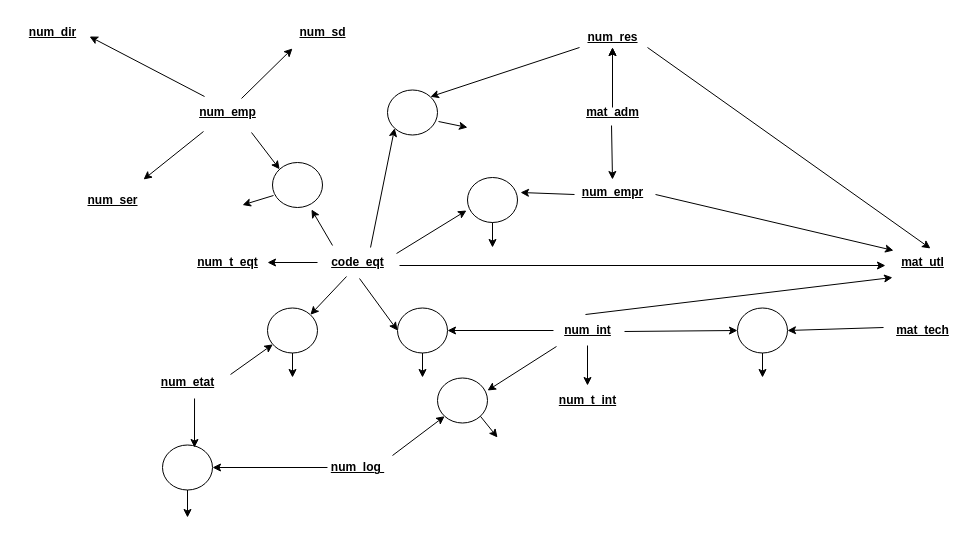
Above: SAT.drawio in Tostenn/gestion-parc-info (draw.io), before the change. Source tidied: cells renumbered, new cells numbered last; positions are measured from the earlier drawing's top-left corner, leaving out a move shared by most shapes. Both pictures are drawn from the tidied source at 100%, with x=0, y=0 at pixel (17, 17).
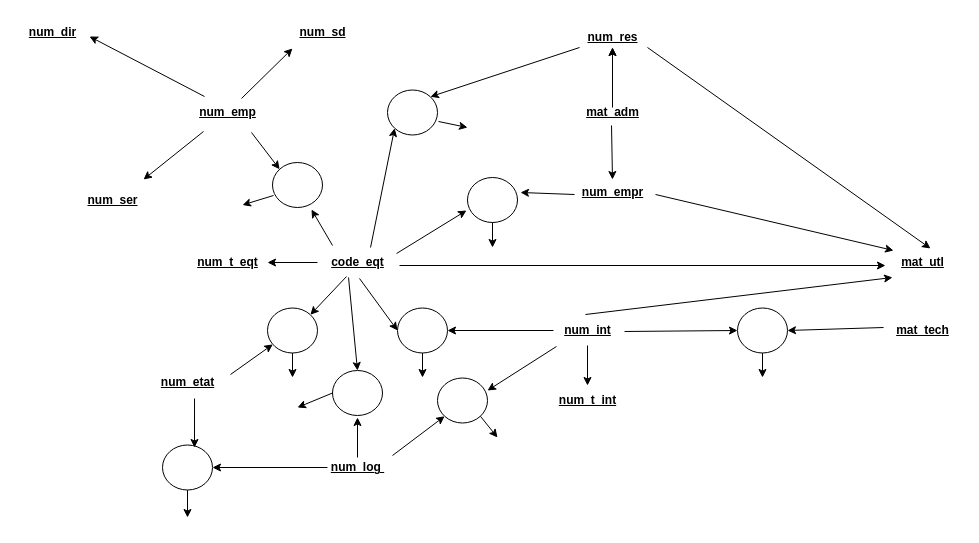
The same diagram, later.

Commit message:
Mettre à jour SAT.drawio

Unchanged cells that the change refers to:
```xml
<mxCell id="7" value="code_eqt" style="text;html=1;align=center;verticalAlign=middle;points=[];strokeColor=none;fillColor=none;fontStyle=5;" parent="1" vertex="1">
  <mxGeometry x="300" y="230" width="80" height="30" as="geometry" />
</mxCell>
```

The edit, as a diff of the source:
```diff
@@
+    <mxCell id="61" style="ellipse;whiteSpace=wrap;html=1;" parent="1" vertex="1">
+      <mxGeometry x="315" y="353" width="50" height="45" as="geometry" />
+    </mxCell>
+    <mxCell id="62" style="endArrow=classic;html=1;rounded=0;exitX=0.388;exitY=1;exitDx=0;exitDy=0;exitPerimeter=0;entryX=0.5;entryY=0;entryDx=0;entryDy=0;" parent="1" edge="1" source="7" target="61">
+      <mxGeometry relative="1" as="geometry" />
+    </mxCell>
+    <mxCell id="63" style="endArrow=classic;html=1;rounded=0;" parent="1" edge="1">
+      <mxGeometry relative="1" as="geometry">
+        <mxPoint x="340" y="440" as="sourcePoint" />
+        <mxPoint x="340" y="400" as="targetPoint" />
+      </mxGeometry>
+    </mxCell>
+    <mxCell id="64" style="endArrow=classic;html=1;rounded=0;exitX=0;exitY=0.5;exitDx=0;exitDy=0;" parent="1" edge="1" source="61">
+      <mxGeometry relative="1" as="geometry">
+        <mxPoint x="280" y="390" as="targetPoint" />
+      </mxGeometry>
+    </mxCell>
```
